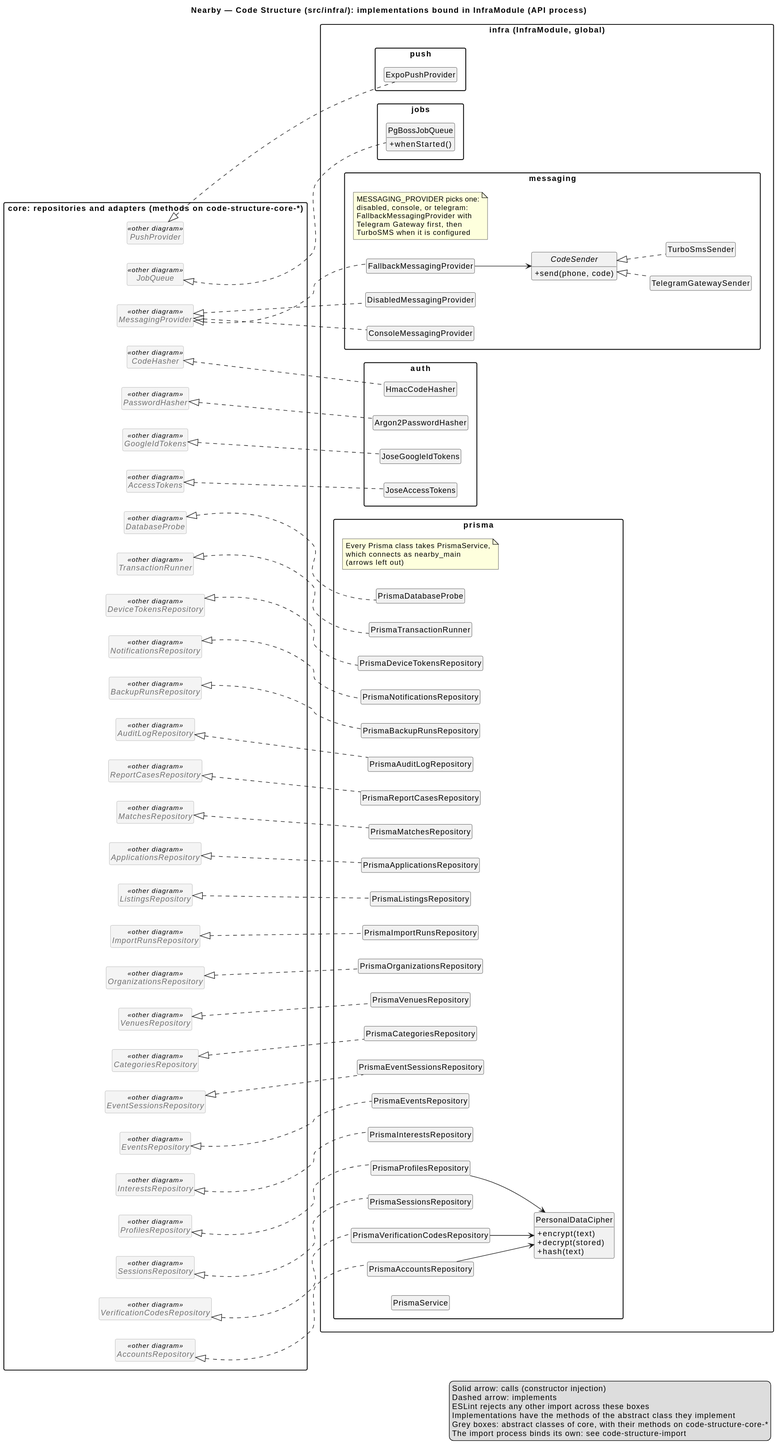
The PlantUML diagram docs/architecture/uml/rendered/code-structure-infra.svg in ukma-fin-ssdm-2026/pun-intended-team, before a commit.
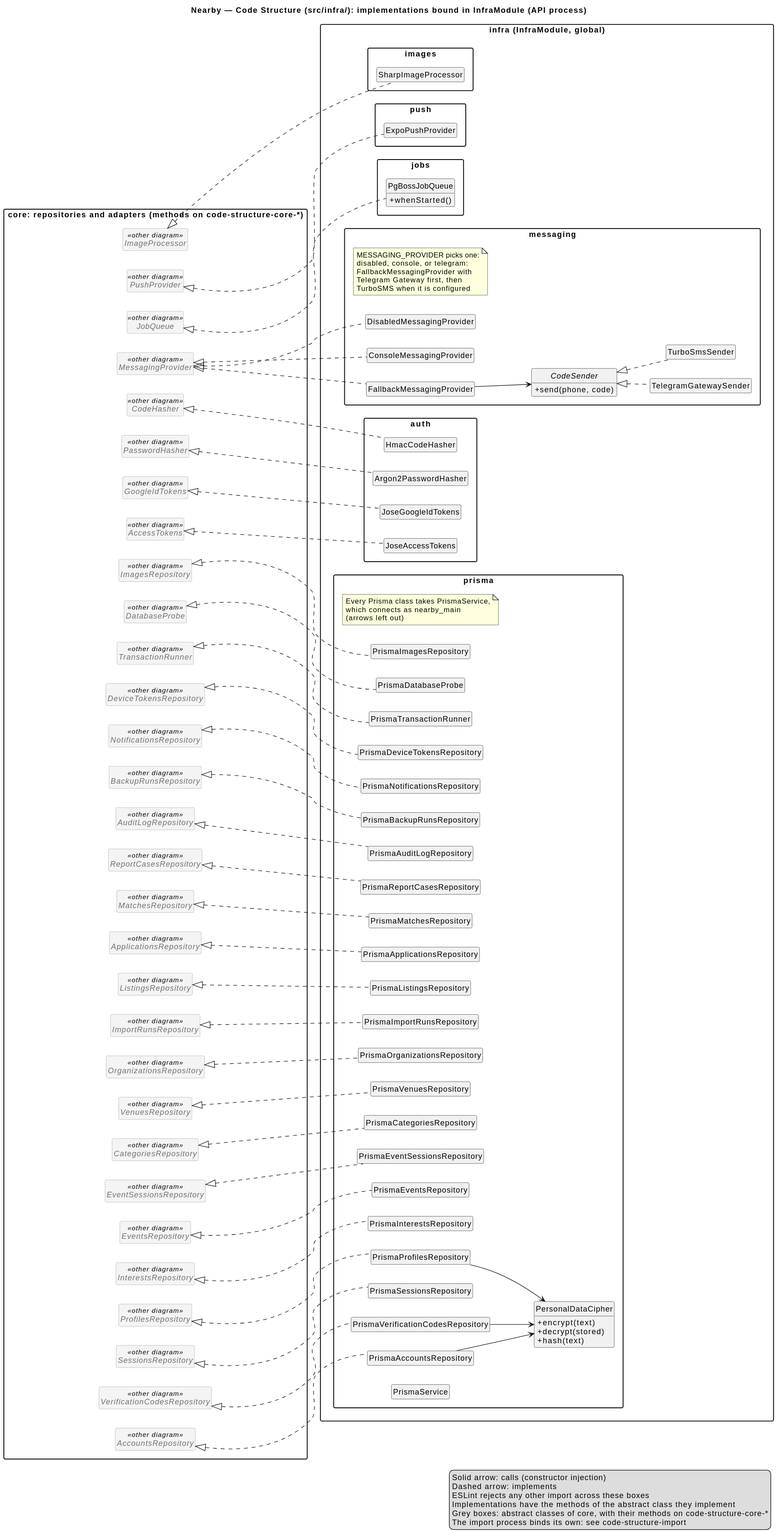
The same diagram one commit later.

What changed in the source:
```diff
@@ -42,6 +42,8 @@
   abstract class MessagingProvider <<other diagram>>
   abstract class JobQueue <<other diagram>>
   abstract class PushProvider <<other diagram>>
+  abstract class ImagesRepository <<other diagram>>
+  abstract class ImageProcessor <<other diagram>>
 }
 
 package "infra (InfraModule, global)" as INFRA {
@@ -56,6 +58,7 @@
     class PrismaVerificationCodesRepository
     class PrismaSessionsRepository
     class PrismaProfilesRepository
+    class PrismaImagesRepository
     class PrismaInterestsRepository
     class PrismaEventsRepository
     class PrismaEventSessionsRepository
@@ -105,6 +108,9 @@
   package push {
     class ExpoPushProvider
   }
+  package images {
+    class SharpImageProcessor
+  }
   package jobs {
     class PgBossJobQueue {
       +whenStarted()
@@ -116,6 +122,8 @@
 VerificationCodesRepository <|.. PrismaVerificationCodesRepository
 SessionsRepository <|.. PrismaSessionsRepository
 ProfilesRepository <|.. PrismaProfilesRepository
+ImagesRepository <|.. PrismaImagesRepository
+ImageProcessor <|.. SharpImageProcessor
 InterestsRepository <|.. PrismaInterestsRepository
 EventsRepository <|.. PrismaEventsRepository
 EventSessionsRepository <|.. PrismaEventSessionsRepository
```
